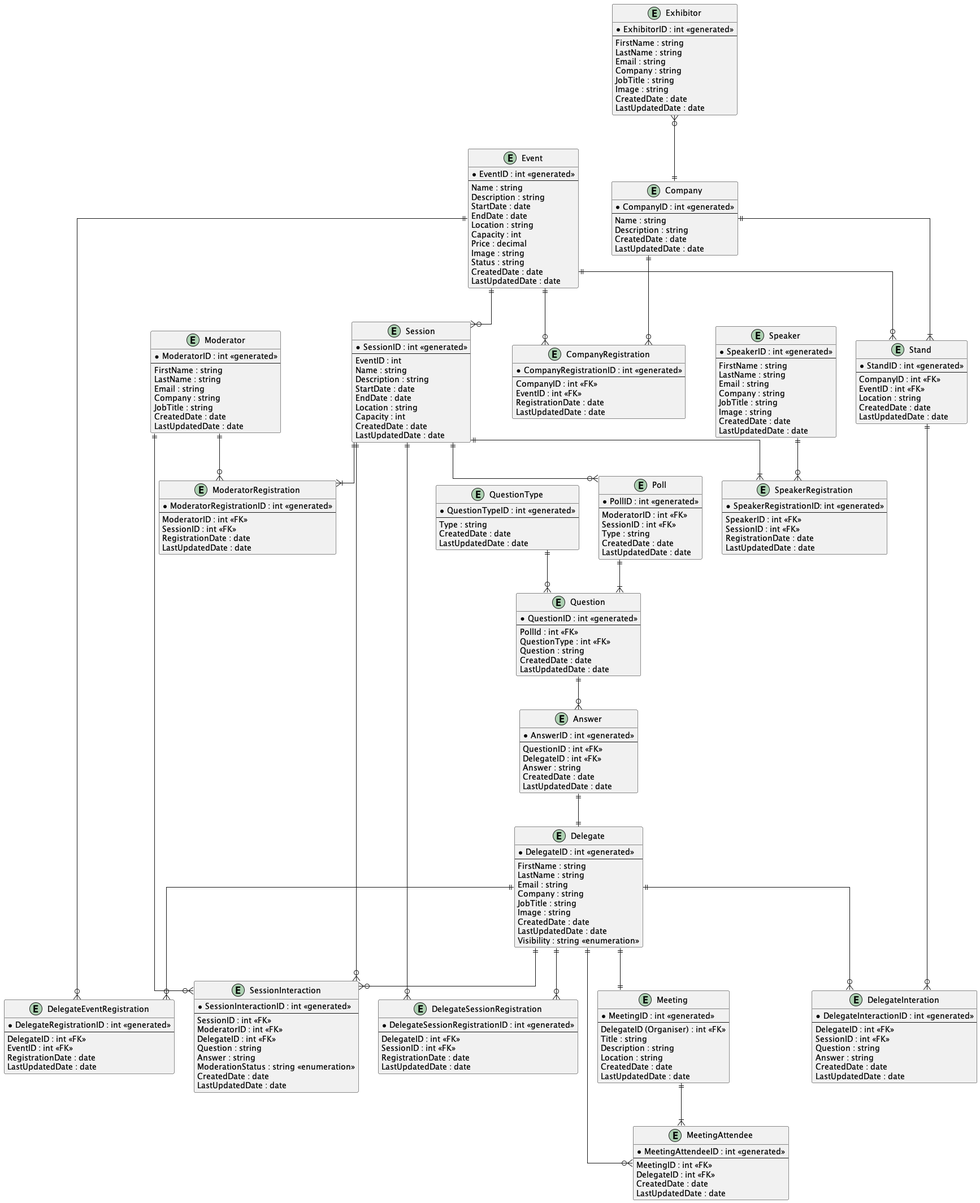
Earlier version of the PlantUML export out/BookMeIn2-EntityRelationshipDiagram/BookMeIn2-EntityRelationshipDiagram.png (CSC-40084-Group-7/BMI2-UML).
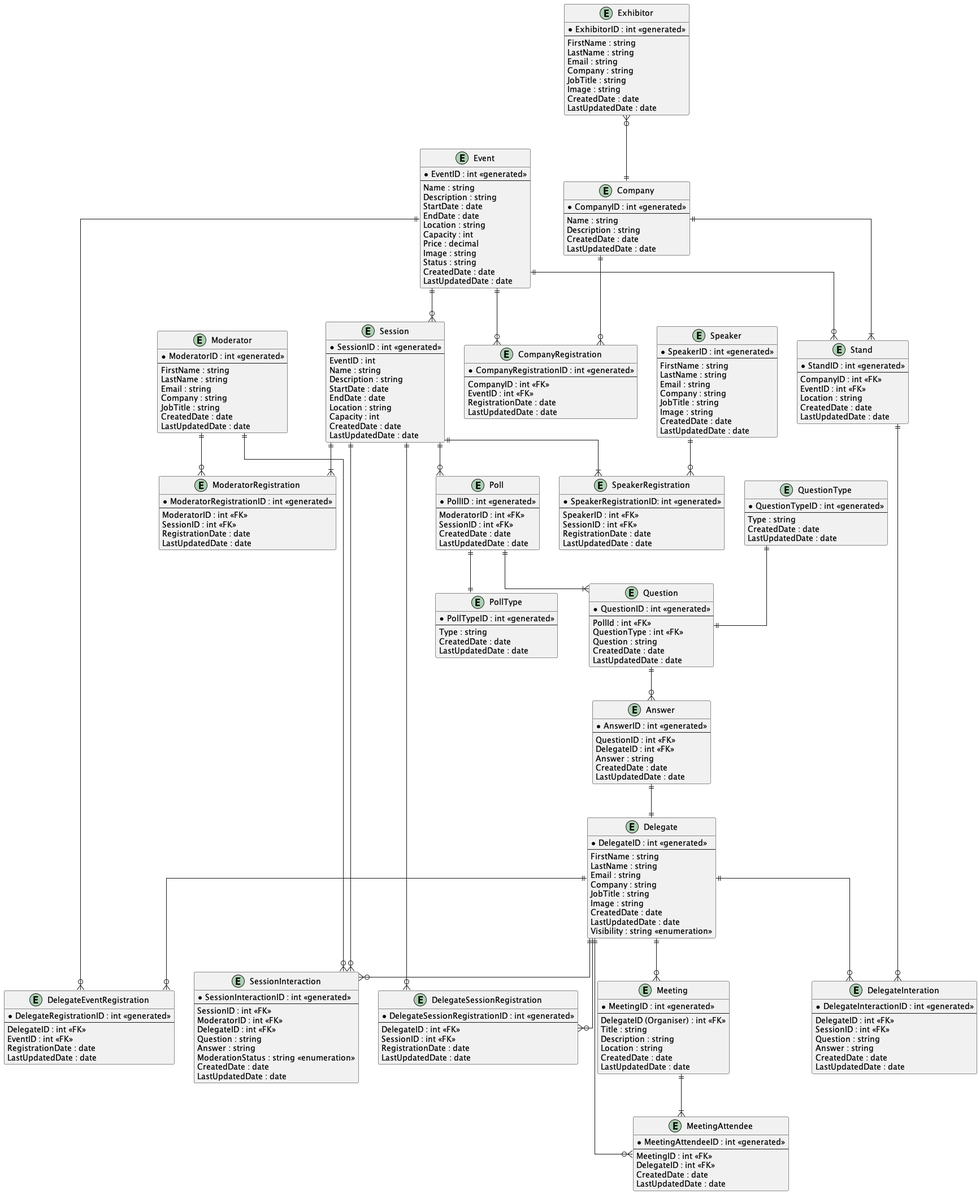
Later version of the same file.

Change to the diagram source:
```diff
@@ -179,7 +179,6 @@
     ---
     ModeratorID : int <<FK>>
     SessionID : int <<FK>>
-    Type : string
     CreatedDate : date
     LastUpdatedDate : date
 }
@@ -232,6 +231,13 @@
     LastUpdatedDate : date
 }
 
+entity "PollType" as polltype {
+    * PollTypeID : int <<generated>>
+    ---
+    Type : string
+    CreatedDate : date
+    LastUpdatedDate : date
+}
 
 
 event ||--o{ delegateregistration
@@ -260,6 +266,7 @@
 delegate ||--o{ delegateinteraction
 stand ||--o{ delegateinteraction
 
+poll ||--|| polltype
 poll ||--|{ question
 question ||--o{ answer
 
@@ -267,9 +274,9 @@
 answer ||--|| delegate
 
 delegate ||--o{ meetingattendee
-delegate ||--|| meeting
+delegate ||--o{ meeting
 meeting ||--|{ meetingattendee
 
-questiontype ||--o{ question
+questiontype ||--|| question
 
 @enduml
```
